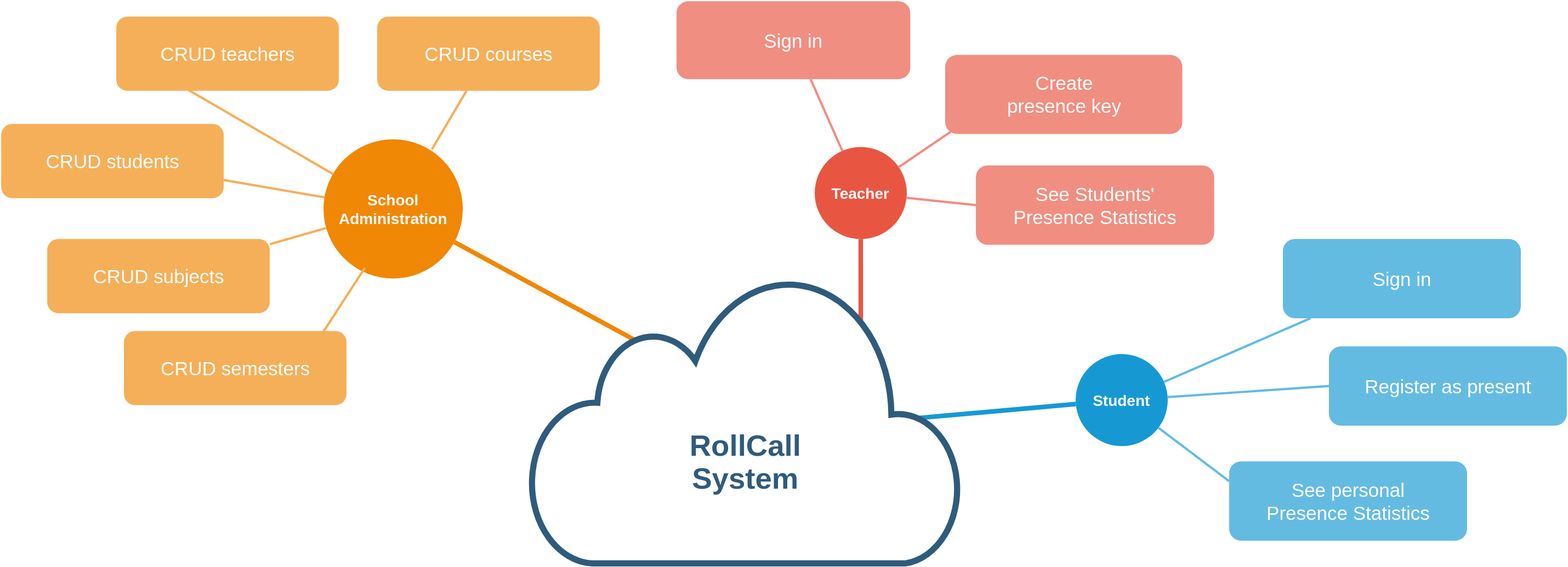
Above: docs/report_system_schema.svg in stefanosAgelastos/multi-db-web-server (draw.io), before the change. Source tidied: cells renumbered, new cells last; positions are measured from the earlier drawing's top-left corner, leaving out a move shared by most shapes.
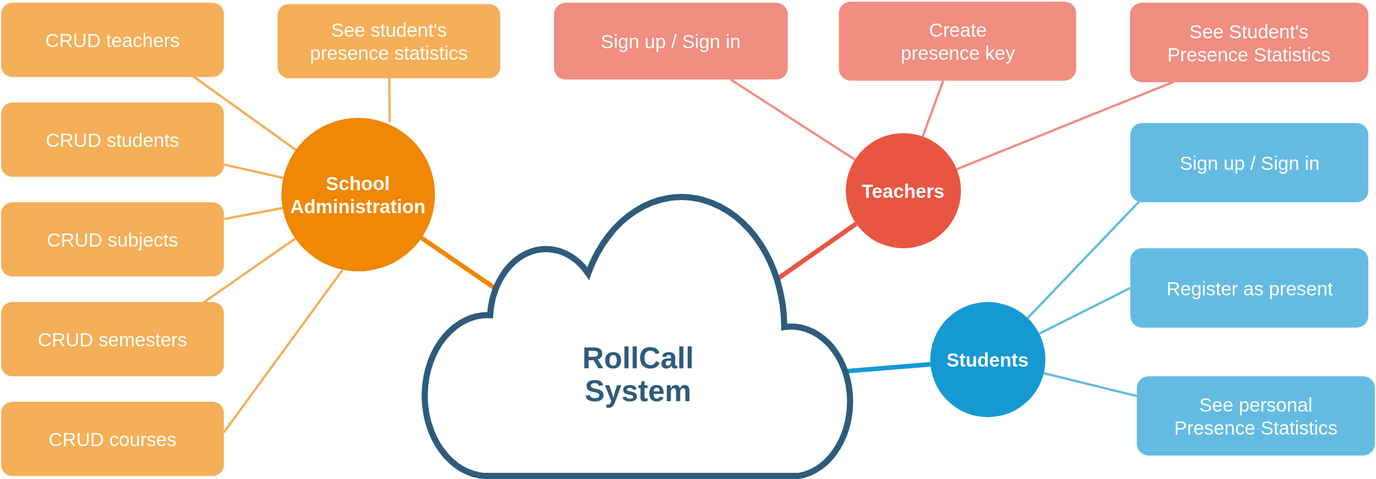
Later version of the same file.

Diff of the diagram source:
```diff
@@ -2,50 +2,48 @@
   <root>
     <mxCell id="0" />
     <mxCell id="1" parent="0" />
-    <mxCell id="2" value="&lt;b&gt;School Administration&lt;/b&gt;" style="ellipse;whiteSpace=wrap;html=1;shadow=0;fontFamily=Helvetica;fontSize=20;fontColor=#FFFFFF;align=center;strokeWidth=3;fillColor=#F08705;strokeColor=none;gradientColor=none;" parent="1" vertex="1">
-      <mxGeometry x="420" y="180" width="181.5" height="181.5" as="geometry" />
+    <mxCell id="2" value="&lt;font style=&quot;font-size: 25px&quot;&gt;&lt;b&gt;School Administration&lt;/b&gt;&lt;/font&gt;" style="ellipse;whiteSpace=wrap;html=1;shadow=0;fontFamily=Helvetica;fontSize=20;fontColor=#FFFFFF;align=center;strokeWidth=3;fillColor=#F08705;strokeColor=none;gradientColor=none;" parent="1" vertex="1">
+      <mxGeometry x="365" y="180" width="200" height="200" as="geometry" />
     </mxCell>
-    <mxCell id="3" value="&lt;b&gt;Teacher&lt;/b&gt;" style="ellipse;whiteSpace=wrap;html=1;shadow=0;fontFamily=Helvetica;fontSize=20;fontColor=#FFFFFF;align=center;strokeWidth=3;fillColor=#E85642;strokeColor=none;" parent="1" vertex="1">
-      <mxGeometry x="1060" y="190" width="120" height="120" as="geometry" />
+    <mxCell id="3" value="&lt;font style=&quot;font-size: 25px&quot;&gt;&lt;b&gt;Teachers&lt;/b&gt;&lt;/font&gt;" style="ellipse;whiteSpace=wrap;html=1;shadow=0;fontFamily=Helvetica;fontSize=20;fontColor=#FFFFFF;align=center;strokeWidth=3;fillColor=#E85642;strokeColor=none;" parent="1" vertex="1">
+      <mxGeometry x="1100" y="200" width="150" height="150" as="geometry" />
     </mxCell>
-    <mxCell id="4" value="&lt;b&gt;Student&lt;/b&gt;" style="ellipse;whiteSpace=wrap;html=1;shadow=0;fontFamily=Helvetica;fontSize=20;fontColor=#FFFFFF;align=center;strokeWidth=3;fillColor=#1699D3;strokeColor=none;" parent="1" vertex="1">
-      <mxGeometry x="1400" y="460" width="120" height="120" as="geometry" />
+    <mxCell id="4" value="&lt;font style=&quot;font-size: 25px&quot;&gt;&lt;b&gt;Students&lt;/b&gt;&lt;/font&gt;" style="ellipse;whiteSpace=wrap;html=1;shadow=0;fontFamily=Helvetica;fontSize=20;fontColor=#FFFFFF;align=center;strokeWidth=3;fillColor=#1699D3;strokeColor=none;" parent="1" vertex="1">
+      <mxGeometry x="1210" y="420" width="150" height="150" as="geometry" />
     </mxCell>
-    <mxCell id="5" style="endArrow=none;strokeWidth=6;strokeColor=#f08705;html=1;exitX=0.259;exitY=0.24;exitDx=0;exitDy=0;exitPerimeter=0;" parent="1" edge="1" source="19" target="2">
+    <mxCell id="5" style="endArrow=none;strokeWidth=6;strokeColor=#f08705;html=1;exitX=0.166;exitY=0.35;exitDx=0;exitDy=0;exitPerimeter=0;" parent="1" edge="1" source="19" target="2">
       <mxGeometry relative="1" as="geometry" />
     </mxCell>
-    <mxCell id="6" style="endArrow=none;strokeWidth=6;strokeColor=#E85642;html=1;exitX=0.768;exitY=0.17;exitDx=0;exitDy=0;exitPerimeter=0;" parent="1" edge="1" source="19" target="3">
+    <mxCell id="6" style="endArrow=none;strokeWidth=6;strokeColor=#E85642;html=1;exitX=0.825;exitY=0.316;exitDx=0;exitDy=0;exitPerimeter=0;" parent="1" edge="1" source="19" target="3">
       <mxGeometry relative="1" as="geometry" />
     </mxCell>
-    <mxCell id="7" style="endArrow=none;strokeWidth=6;strokeColor=#1699D3;html=1;exitX=0.875;exitY=0.5;exitDx=0;exitDy=0;exitPerimeter=0;" parent="1" edge="1" source="19" target="4">
+    <mxCell id="7" style="endArrow=none;strokeWidth=6;strokeColor=#1699D3;html=1;exitX=0.986;exitY=0.637;exitDx=0;exitDy=0;exitPerimeter=0;" parent="1" edge="1" source="19" target="4">
       <mxGeometry relative="1" as="geometry" />
     </mxCell>
     <mxCell id="8" value="&lt;font style=&quot;font-size: 25px&quot;&gt;CRUD teachers&lt;/font&gt;" style="rounded=1;fillColor=#f5af58;strokeColor=none;strokeWidth=3;shadow=0;html=1;fontColor=#FFFFFF;" parent="1" vertex="1">
-      <mxGeometry x="150" y="20" width="290" height="96.7" as="geometry" />
+      <mxGeometry y="30" width="290" height="96.7" as="geometry" />
     </mxCell>
     <mxCell id="9" style="edgeStyle=none;endArrow=none;strokeWidth=3;strokeColor=#F5AF58;html=1;" parent="1" edge="1" source="2">
       <mxGeometry x="-730" y="101.5" as="geometry">
         <mxPoint x="200" y="90" as="targetPoint" />
       </mxGeometry>
     </mxCell>
-    <mxCell id="10" value="&lt;font style=&quot;font-size: 25px&quot;&gt;Sign in&lt;/font&gt;" style="rounded=1;fillColor=#f08e81;strokeColor=none;strokeWidth=3;shadow=0;html=1;fontColor=#FFFFFF;" parent="1" vertex="1">
-      <mxGeometry x="880" width="304.5" height="101.5" as="geometry" />
+    <mxCell id="10" value="&lt;font style=&quot;font-size: 25px&quot;&gt;Sign up / Sign in&lt;/font&gt;" style="rounded=1;fillColor=#f08e81;strokeColor=none;strokeWidth=3;shadow=0;html=1;fontColor=#FFFFFF;" parent="1" vertex="1">
+      <mxGeometry x="720" y="30" width="304.5" height="100" as="geometry" />
     </mxCell>
-    <mxCell id="11" style="edgeStyle=none;endArrow=none;strokeWidth=3;strokeColor=#F08E81;html=1;entryX=0;entryY=0.5;entryDx=0;entryDy=0;" parent="1" edge="1" source="3" target="21">
+    <mxCell id="11" style="edgeStyle=none;endArrow=none;strokeWidth=3;strokeColor=#F08E81;html=1;entryX=0.184;entryY=0.995;entryDx=0;entryDy=0;entryPerimeter=0;" parent="1" edge="1" source="3" target="21">
       <mxGeometry x="-600" y="146.5" as="geometry" />
     </mxCell>
-    <mxCell id="12" style="edgeStyle=none;endArrow=none;strokeWidth=3;strokeColor=#F08E81;html=1;" parent="1" edge="1" source="3">
-      <mxGeometry x="-600" y="146.5" as="geometry">
-        <mxPoint x="1237.4" y="170" as="targetPoint" />
-      </mxGeometry>
+    <mxCell id="12" style="edgeStyle=none;endArrow=none;strokeWidth=3;strokeColor=#F08E81;html=1;" parent="1" edge="1" source="3" target="20">
+      <mxGeometry x="-600" y="146.5" as="geometry" />
     </mxCell>
     <mxCell id="13" style="edgeStyle=none;endArrow=none;strokeWidth=3;strokeColor=#F08E81;html=1;" parent="1" edge="1" source="3" target="10">
       <mxGeometry x="-600" y="146.5" as="geometry" />
     </mxCell>
-    <mxCell id="14" value="&lt;span style=&quot;font-size: 25px&quot;&gt;Sign in&lt;/span&gt;" style="rounded=1;fillColor=#64BBE2;strokeColor=none;strokeWidth=3;shadow=0;html=1;fontColor=#FFFFFF;" parent="1" vertex="1">
-      <mxGeometry x="1670" y="310" width="310" height="103.3" as="geometry" />
+    <mxCell id="14" value="&lt;span style=&quot;font-size: 25px&quot;&gt;Sign up / Sign in&lt;/span&gt;" style="rounded=1;fillColor=#64BBE2;strokeColor=none;strokeWidth=3;shadow=0;html=1;fontColor=#FFFFFF;" parent="1" vertex="1">
+      <mxGeometry x="1470.5" y="186.7" width="310" height="103.3" as="geometry" />
     </mxCell>
-    <mxCell id="15" style="edgeStyle=none;endArrow=none;strokeWidth=3;strokeColor=#64BBE2;html=1;" parent="1" edge="1" source="4" target="14">
+    <mxCell id="15" style="edgeStyle=none;endArrow=none;strokeWidth=3;strokeColor=#64BBE2;html=1;entryX=0.127;entryY=0.71;entryDx=0;entryDy=0;entryPerimeter=0;" parent="1" edge="1" source="4" target="14">
       <mxGeometry x="-114" y="96.5" as="geometry" />
     </mxCell>
     <mxCell id="16" style="edgeStyle=none;endArrow=none;strokeWidth=3;strokeColor=#64BBE2;html=1;entryX=0;entryY=0.5;entryDx=0;entryDy=0;" parent="1" edge="1" source="4" target="22">
@@ -61,19 +59,19 @@
       </mxGeometry>
     </mxCell>
     <mxCell id="19" value="&lt;p style=&quot;line-height: 1.1 ; font-size: 39px&quot;&gt;&lt;span style=&quot;font-family: &amp;#34;helvetica&amp;#34; ; font-style: normal ; letter-spacing: normal ; text-align: center ; text-indent: 0px ; text-transform: none ; word-spacing: 0px ; display: inline ; float: none&quot;&gt;RollCall&lt;/span&gt;&lt;br style=&quot;font-family: &amp;#34;helvetica&amp;#34; ; font-style: normal ; letter-spacing: normal ; text-align: center ; text-indent: 0px ; text-transform: none ; word-spacing: 0px&quot;&gt;&lt;span style=&quot;font-family: &amp;#34;helvetica&amp;#34; ; font-style: normal ; letter-spacing: normal ; text-align: center ; text-indent: 0px ; text-transform: none ; word-spacing: 0px ; display: inline ; float: none&quot;&gt;System&lt;/span&gt;&lt;/p&gt;" style="html=1;verticalLabelPosition=bottom;align=center;labelBackgroundColor=none;verticalAlign=top;strokeWidth=8;strokeColor=#2F5B7C;shadow=0;dashed=0;shape=mxgraph.ios7.icons.cloud;horizontal=1;spacingTop=-220;fontStyle=1;whiteSpace=wrap;fontColor=#2F5B7C;" parent="1" vertex="1">
-      <mxGeometry x="690" y="356.5" width="560" height="376.5" as="geometry" />
+      <mxGeometry x="550" y="270.2" width="560" height="376.5" as="geometry" />
     </mxCell>
     <mxCell id="20" value="&lt;font style=&quot;font-size: 25px&quot;&gt;Create&lt;br&gt;presence key&lt;br&gt;&lt;/font&gt;" style="rounded=1;fillColor=#f08e81;strokeColor=none;strokeWidth=3;shadow=0;html=1;fontColor=#FFFFFF;" parent="1" vertex="1">
-      <mxGeometry x="1230" y="70" width="309" height="103" as="geometry" />
+      <mxGeometry x="1091" y="28.5" width="309" height="103" as="geometry" />
     </mxCell>
-    <mxCell id="21" value="&lt;font style=&quot;font-size: 25px&quot;&gt;See Students'&lt;br&gt;Presence Statistics&lt;br&gt;&lt;/font&gt;" style="rounded=1;fillColor=#f08e81;strokeColor=none;strokeWidth=3;shadow=0;html=1;fontColor=#FFFFFF;" parent="1" vertex="1">
-      <mxGeometry x="1270" y="214" width="310.5" height="103.5" as="geometry" />
+    <mxCell id="21" value="&lt;font style=&quot;font-size: 25px&quot;&gt;See Student's&lt;br&gt;Presence Statistics&lt;br&gt;&lt;/font&gt;" style="rounded=1;fillColor=#f08e81;strokeColor=none;strokeWidth=3;shadow=0;html=1;fontColor=#FFFFFF;" parent="1" vertex="1">
+      <mxGeometry x="1470" y="30" width="310.5" height="103.5" as="geometry" />
     </mxCell>
     <mxCell id="22" value="&lt;span style=&quot;font-size: 25px&quot;&gt;Register as present&lt;/span&gt;" style="rounded=1;fillColor=#64BBE2;strokeColor=none;strokeWidth=3;shadow=0;html=1;fontColor=#FFFFFF;" parent="1" vertex="1">
-      <mxGeometry x="1730" y="450" width="310" height="103.3" as="geometry" />
+      <mxGeometry x="1470.5" y="350" width="310" height="103.3" as="geometry" />
     </mxCell>
     <mxCell id="23" value="&lt;span style=&quot;font-size: 25px&quot;&gt;See personal&lt;br&gt;Presence Statistics&lt;br&gt;&lt;/span&gt;" style="rounded=1;fillColor=#64BBE2;strokeColor=none;strokeWidth=3;shadow=0;html=1;fontColor=#FFFFFF;" parent="1" vertex="1">
-      <mxGeometry x="1600" y="600" width="310" height="103.3" as="geometry" />
+      <mxGeometry x="1479" y="516.7" width="310" height="103.3" as="geometry" />
     </mxCell>
     <mxCell id="24" value="&lt;font style=&quot;font-size: 25px&quot;&gt;CRUD students&lt;/font&gt;" style="rounded=1;fillColor=#f5af58;strokeColor=none;strokeWidth=3;shadow=0;html=1;fontColor=#FFFFFF;" parent="1" vertex="1">
       <mxGeometry y="160" width="290" height="96.7" as="geometry" />
@@ -82,22 +80,28 @@
       <mxGeometry x="-745.8" y="281.5" as="geometry" />
     </mxCell>
     <mxCell id="26" value="&lt;font style=&quot;font-size: 25px&quot;&gt;CRUD subjects&lt;/font&gt;" style="rounded=1;fillColor=#f5af58;strokeColor=none;strokeWidth=3;shadow=0;html=1;fontColor=#FFFFFF;" parent="1" vertex="1">
-      <mxGeometry x="60" y="310" width="290" height="96.7" as="geometry" />
+      <mxGeometry y="290" width="290" height="96.7" as="geometry" />
     </mxCell>
     <mxCell id="27" style="edgeStyle=none;endArrow=none;strokeWidth=3;strokeColor=#F5AF58;html=1;" parent="1" edge="1" source="2" target="26">
       <mxGeometry x="-720" y="421.5" as="geometry" />
     </mxCell>
     <mxCell id="28" value="&lt;font style=&quot;font-size: 25px&quot;&gt;CRUD semesters&lt;/font&gt;" style="rounded=1;fillColor=#f5af58;strokeColor=none;strokeWidth=3;shadow=0;html=1;fontColor=#FFFFFF;" parent="1" vertex="1">
-      <mxGeometry x="160" y="430" width="290" height="96.7" as="geometry" />
+      <mxGeometry y="420" width="290" height="96.7" as="geometry" />
     </mxCell>
-    <mxCell id="29" style="edgeStyle=none;endArrow=none;strokeWidth=3;strokeColor=#F5AF58;html=1;entryX=0.886;entryY=0.055;entryDx=0;entryDy=0;entryPerimeter=0;exitX=0.298;exitY=0.922;exitDx=0;exitDy=0;exitPerimeter=0;" parent="1" edge="1" source="2" target="28">
+    <mxCell id="29" style="edgeStyle=none;endArrow=none;strokeWidth=3;strokeColor=#F5AF58;html=1;entryX=0.886;entryY=0.055;entryDx=0;entryDy=0;entryPerimeter=0;" parent="1" edge="1" source="2" target="28">
       <mxGeometry x="-710" y="431.5" as="geometry" />
     </mxCell>
     <mxCell id="30" value="&lt;font style=&quot;font-size: 25px&quot;&gt;CRUD courses&lt;/font&gt;" style="rounded=1;fillColor=#f5af58;strokeColor=none;strokeWidth=3;shadow=0;html=1;fontColor=#FFFFFF;" parent="1" vertex="1">
-      <mxGeometry x="490" y="20" width="290" height="96.7" as="geometry" />
+      <mxGeometry y="550" width="290" height="96.7" as="geometry" />
     </mxCell>
-    <mxCell id="31" style="edgeStyle=none;endArrow=none;strokeWidth=3;strokeColor=#F5AF58;html=1;exitX=0.778;exitY=0.072;exitDx=0;exitDy=0;exitPerimeter=0;" parent="1" edge="1" source="2" target="30">
+    <mxCell id="31" style="edgeStyle=none;endArrow=none;strokeWidth=3;strokeColor=#F5AF58;html=1;exitX=0.397;exitY=0.992;exitDx=0;exitDy=0;exitPerimeter=0;entryX=1;entryY=0.414;entryDx=0;entryDy=0;entryPerimeter=0;" parent="1" edge="1" source="2" target="30">
       <mxGeometry x="-720" y="111.5" as="geometry" />
     </mxCell>
+    <mxCell id="32" value="&lt;div&gt;&lt;font style=&quot;font-size: 25px&quot;&gt;See student's&lt;br&gt;&lt;/font&gt;&lt;/div&gt;&lt;div&gt;&lt;font style=&quot;font-size: 25px&quot;&gt;presence statistics&lt;/font&gt;&lt;/div&gt;" style="rounded=1;fillColor=#f5af58;strokeColor=none;strokeWidth=3;shadow=0;html=1;fontColor=#FFFFFF;" parent="1" vertex="1">
+      <mxGeometry x="360" y="31.7" width="290" height="96.7" as="geometry" />
+    </mxCell>
+    <mxCell id="33" style="edgeStyle=none;endArrow=none;strokeWidth=3;strokeColor=#F5AF58;html=1;entryX=0.705;entryY=0.028;entryDx=0;entryDy=0;entryPerimeter=0;" parent="1" edge="1" source="32" target="2">
+      <mxGeometry x="-710" y="121.5" as="geometry" />
+    </mxCell>
   </root>
 </mxGraphModel>
```
